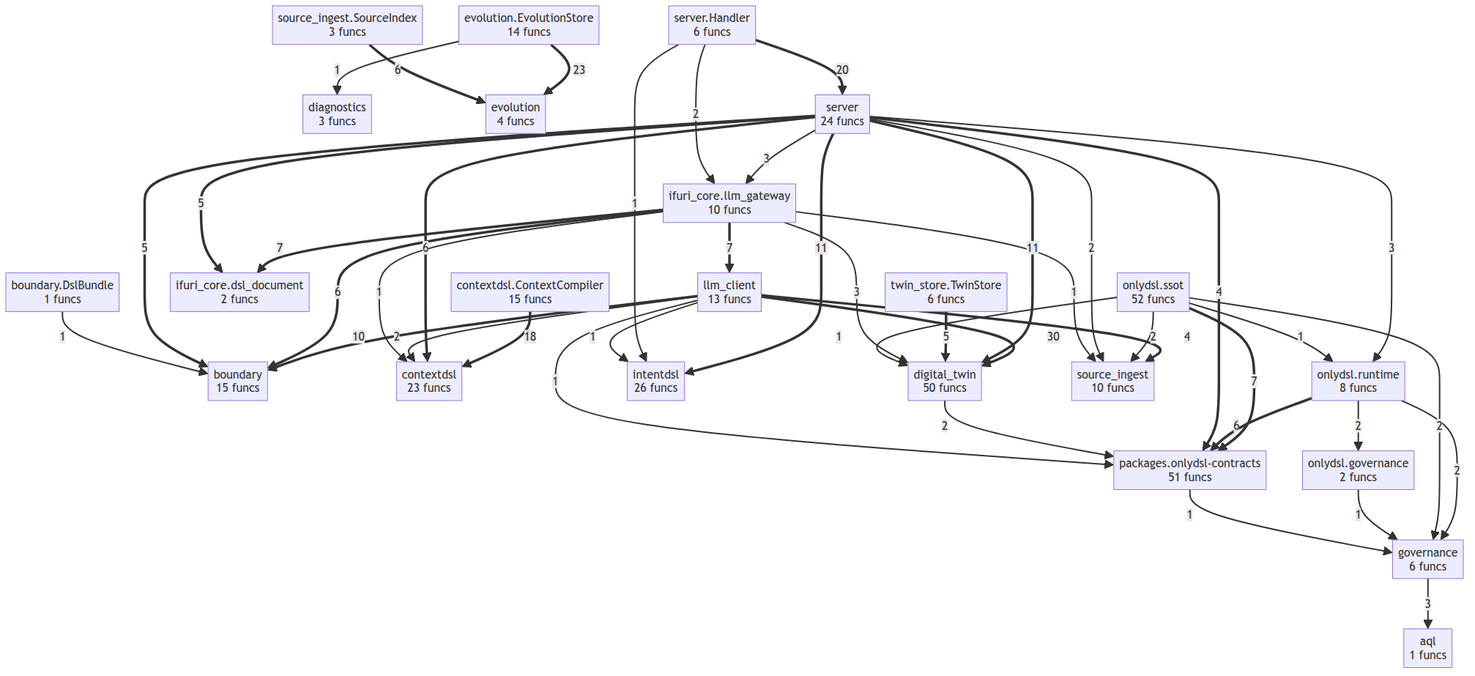
Earlier version of the Mermaid export project/compact_flow.png (tom-sapletta-com/onlyDSL). Its source is kept beside it as project/compact_flow.mmd.
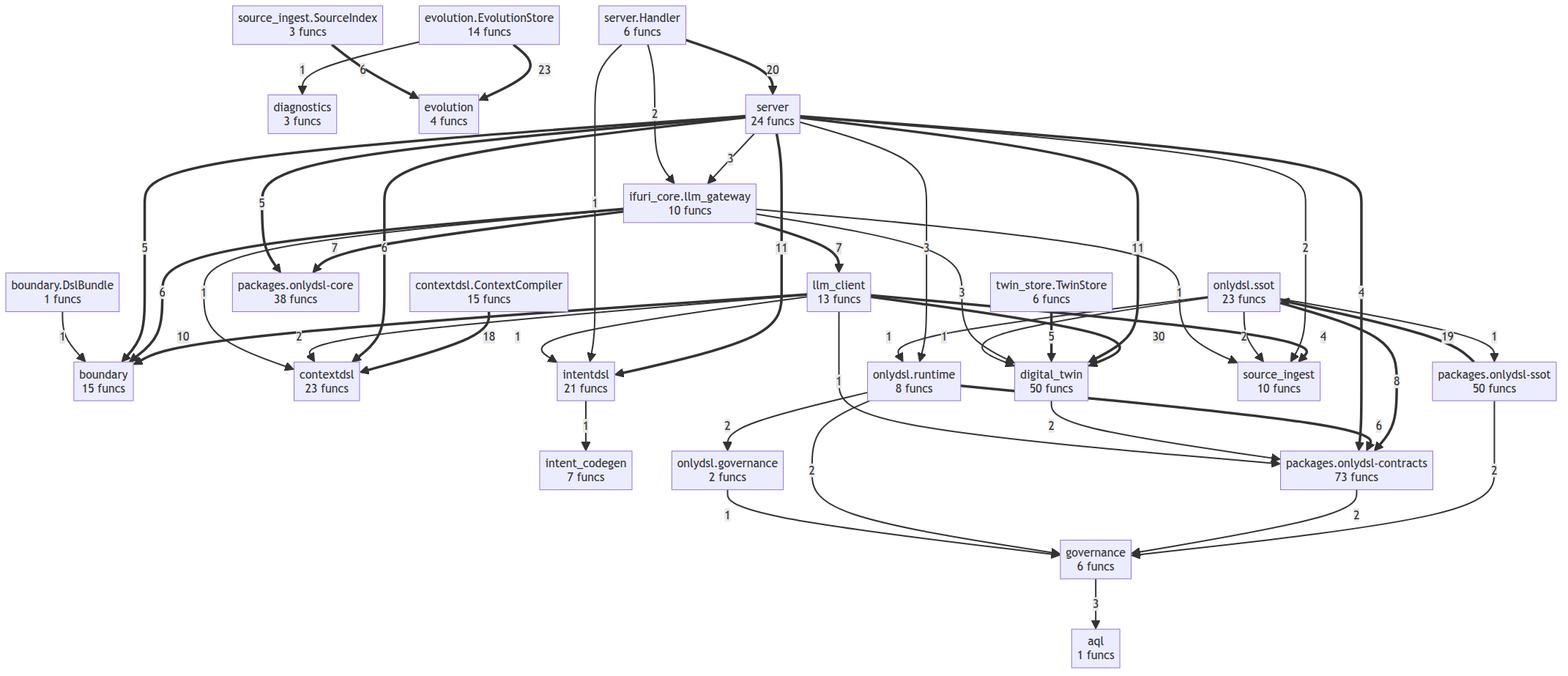
The same diagram one commit later.

What changed in the source:
```diff
@@ -9,14 +9,16 @@
     evolution["evolution<br/>4 funcs"]
     evolution__EvolutionStore["evolution.EvolutionStore<br/>14 funcs"]
     governance["governance<br/>6 funcs"]
-    ifuri_core__dsl_document["ifuri_core.dsl_document<br/>2 funcs"]
     ifuri_core__llm_gateway["ifuri_core.llm_gateway<br/>10 funcs"]
-    intentdsl["intentdsl<br/>26 funcs"]
+    intent_codegen["intent_codegen<br/>7 funcs"]
+    intentdsl["intentdsl<br/>21 funcs"]
     llm_client["llm_client<br/>13 funcs"]
     onlydsl__governance["onlydsl.governance<br/>2 funcs"]
     onlydsl__runtime["onlydsl.runtime<br/>8 funcs"]
-    onlydsl__ssot["onlydsl.ssot<br/>52 funcs"]
-    packages__onlydsl_contracts["packages.onlydsl-contracts<br/>51 funcs"]
+    onlydsl__ssot["onlydsl.ssot<br/>23 funcs"]
+    packages__onlydsl_contracts["packages.onlydsl-contracts<br/>73 funcs"]
+    packages__onlydsl_core["packages.onlydsl-core<br/>38 funcs"]
+    packages__onlydsl_ssot["packages.onlydsl-ssot<br/>50 funcs"]
     server["server<br/>24 funcs"]
     server__Handler["server.Handler<br/>6 funcs"]
     source_ingest["source_ingest<br/>10 funcs"]
@@ -25,42 +27,45 @@
     llm_client ==>|30| digital_twin
     evolution__EvolutionStore ==>|23| evolution
     server__Handler ==>|20| server
+    packages__onlydsl_ssot ==>|19| onlydsl__ssot
     contextdsl__ContextCompiler ==>|18| contextdsl
     server ==>|11| intentdsl
     server ==>|11| digital_twin
     llm_client ==>|10| boundary
-    ifuri_core__llm_gateway ==>|7| ifuri_core__dsl_document
+    onlydsl__ssot ==>|8| packages__onlydsl_contracts
+    ifuri_core__llm_gateway ==>|7| packages__onlydsl_core
     ifuri_core__llm_gateway ==>|7| llm_client
-    onlydsl__ssot ==>|7| packages__onlydsl_contracts
+    server ==>|6| contextdsl
+    source_ingest__SourceIndex ==>|6| evolution
     ifuri_core__llm_gateway ==>|6| boundary
     onlydsl__runtime ==>|6| packages__onlydsl_contracts
-    source_ingest__SourceIndex ==>|6| evolution
-    server ==>|6| contextdsl
+    server ==>|5| packages__onlydsl_core
+    server ==>|5| boundary
     twin_store__TwinStore ==>|5| digital_twin
-    server ==>|5| ifuri_core__dsl_document
-    server ==>|5| boundary
     server ==>|4| packages__onlydsl_contracts
     llm_client ==>|4| source_ingest
+    server -->|3| onlydsl__runtime
+    server -->|3| ifuri_core__llm_gateway
     governance -->|3| aql
     ifuri_core__llm_gateway -->|3| digital_twin
-    server -->|3| onlydsl__runtime
-    server -->|3| ifuri_core__llm_gateway
+    server -->|2| source_ingest
+    server__Handler -->|2| ifuri_core__llm_gateway
+    llm_client -->|2| contextdsl
+    packages__onlydsl_ssot -->|2| governance
+    packages__onlydsl_contracts -->|2| governance
+    onlydsl__runtime -->|2| onlydsl__governance
     onlydsl__runtime -->|2| governance
     onlydsl__ssot -->|2| source_ingest
-    server -->|2| source_ingest
-    server__Handler -->|2| ifuri_core__llm_gateway
-    onlydsl__ssot -->|2| governance
-    llm_client -->|2| contextdsl
-    onlydsl__runtime -->|2| onlydsl__governance
     digital_twin -->|2| packages__onlydsl_contracts
     evolution__EvolutionStore -->|1| diagnostics
+    server__Handler -->|1| intentdsl
+    llm_client -->|1| intentdsl
+    llm_client -->|1| packages__onlydsl_contracts
+    intentdsl -->|1| intent_codegen
     boundary__DslBundle -->|1| boundary
     ifuri_core__llm_gateway -->|1| contextdsl
     ifuri_core__llm_gateway -->|1| source_ingest
+    onlydsl__governance -->|1| governance
     onlydsl__ssot -->|1| onlydsl__runtime
     onlydsl__ssot -->|1| digital_twin
-    server__Handler -->|1| intentdsl
-    llm_client -->|1| intentdsl
-    llm_client -->|1| packages__onlydsl_contracts
-    onlydsl__governance -->|1| governance
-    packages__onlydsl_contracts -->|1| governance
+    onlydsl__ssot -->|1| packages__onlydsl_ssot
```
